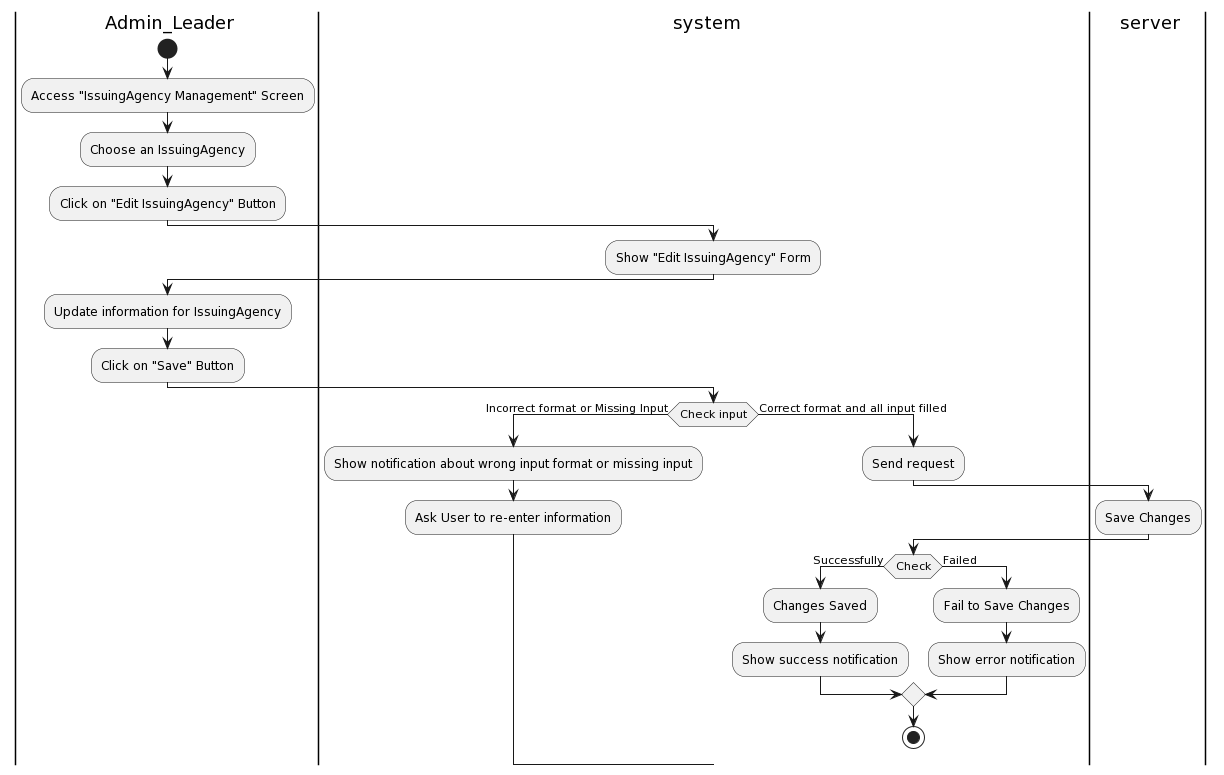
The PlantUML diagram Lab1/Lab1.2/Activity Diagram/SystemManagement/IssuingAgencyManagement/EditIssuingAgency/EditIssuingAgency.png in khoapham1003/SE357-Pratice-class, before a commit. Source of this version:
```plantuml
@startuml
|a| Admin_Leader
|sys| system
|ser| server
|a|
start
:Access "IssuingAgency Management" Screen;
:Choose an IssuingAgency;
:Click on "Edit IssuingAgency" Button;
|sys|
:Show "Edit IssuingAgency" Form;
|a|
:Update information for IssuingAgency;
:Click on "Save" Button;
|sys|
if (Check input) then (Incorrect format or Missing Input)
:Show notification about wrong input format or missing input;
:Ask User to re-enter information;
else (Correct format and all input filled)
|sys|
:Send request;
|ser|
:Save Changes;
|sys|
if(Check) then (Successfully)
:Changes Saved;
:Show success notification;
else (Failed)
:Fail to Save Changes;
:Show error notification;
endif

stop
@enduml
```
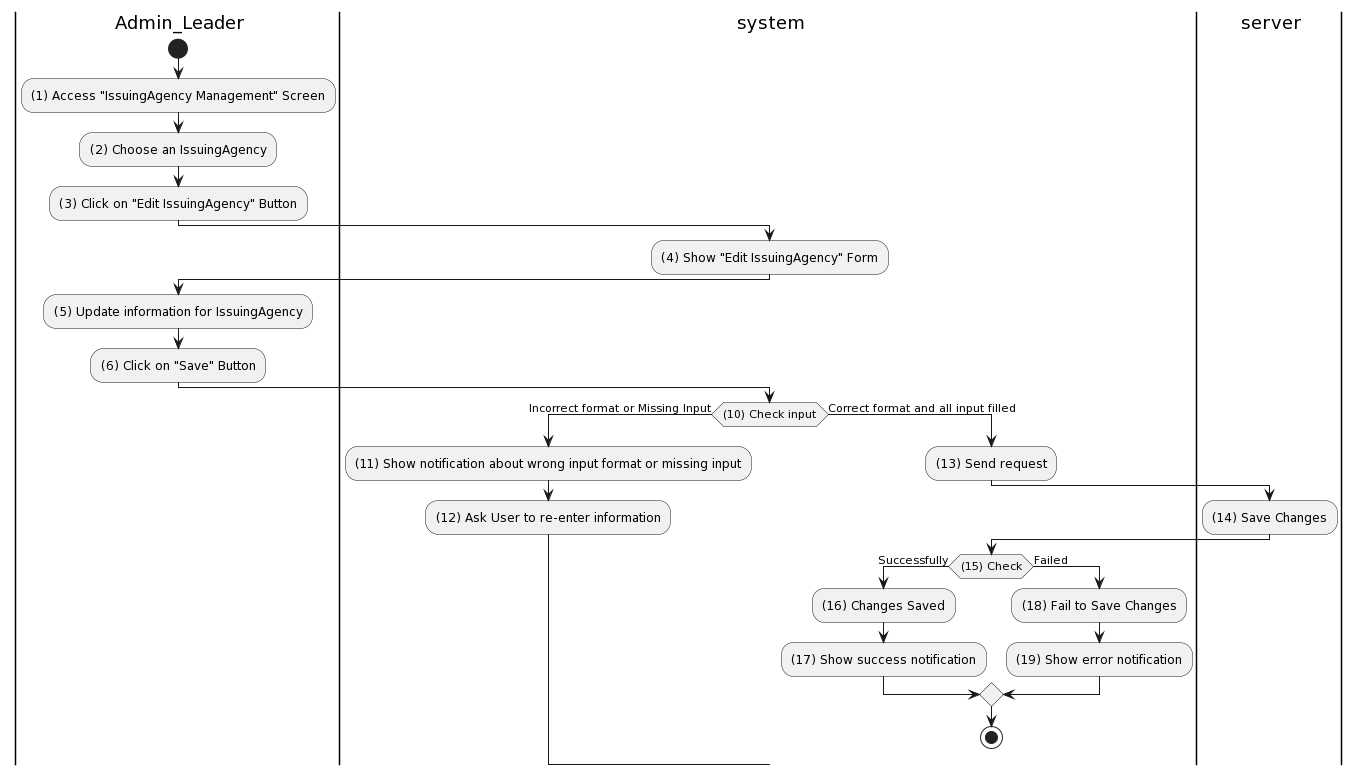
Above is the later version.

Diff of the diagram source:
```diff
@@ -4,30 +4,30 @@
 |ser| server
 |a|
 start
-:Access "IssuingAgency Management" Screen;
-:Choose an IssuingAgency;
-:Click on "Edit IssuingAgency" Button;
+:(1) Access "IssuingAgency Management" Screen;
+:(2) Choose an IssuingAgency;
+:(3) Click on "Edit IssuingAgency" Button;
 |sys|
-:Show "Edit IssuingAgency" Form;
+:(4) Show "Edit IssuingAgency" Form;
 |a|
-:Update information for IssuingAgency;
-:Click on "Save" Button;
+:(5) Update information for IssuingAgency;
+:(6) Click on "Save" Button;
 |sys|
-if (Check input) then (Incorrect format or Missing Input)
-:Show notification about wrong input format or missing input;
-:Ask User to re-enter information;
+if ((10) Check input) then (Incorrect format or Missing Input)
+:(11) Show notification about wrong input format or missing input;
+:(12) Ask User to re-enter information;
 else (Correct format and all input filled)
 |sys|
-:Send request;
+:(13) Send request;
 |ser|
-:Save Changes;
+:(14) Save Changes;
 |sys|
-if(Check) then (Successfully)
-:Changes Saved;
-:Show success notification;
+if((15) Check) then (Successfully)
+:(16) Changes Saved;
+:(17) Show success notification;
 else (Failed)
-:Fail to Save Changes;
-:Show error notification;
+:(18) Fail to Save Changes;
+:(19) Show error notification;
 endif
 
 stop
```
